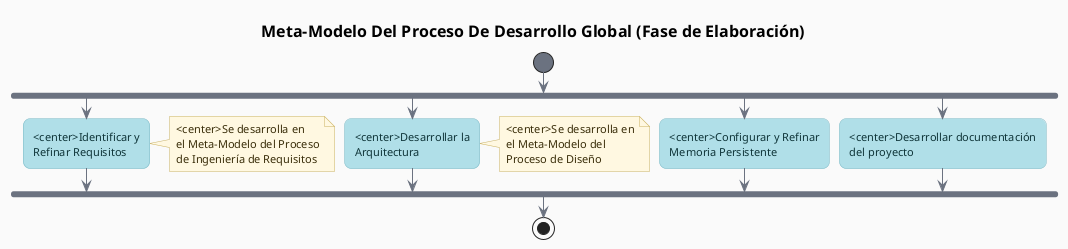
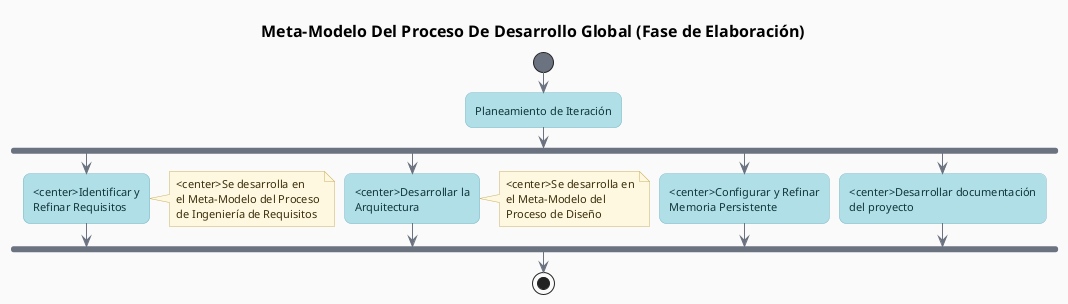
@startuml FaseElaboracion
title  Meta-Modelo Del Proceso De Desarrollo Global (Fase de Elaboración)

' === Modern soft theme ===
skinparam backgroundColor #FAFAFA
skinparam defaultFontName Helvetica
skinparam defaultFontSize 11
skinparam titleFontSize 16
skinparam titleFontStyle bold
skinparam shadowing false
skinparam roundCorner 14
skinparam linetype polyline

skinparam activity {
    BackgroundColor       #B0DFE8
    BorderColor           #7DB9C5
    FontColor             #0F3539
    FontName              Helvetica
    FontSize              11
    DiamondBackgroundColor #F4E2A0
    DiamondBorderColor    #C9B05E
    DiamondFontColor      #3A2E0A
    StartColor            #6B7280
    EndColor              #6B7280
    BarColor              #6B7280
}

skinparam partition {
    BackgroundColor #FFFFFF
    BorderColor     #C9C9BE
    FontColor       #4A4A48
    FontStyle       bold
    FontSize        12
}

skinparam arrow {
    Color     #6B7280
    FontColor #4A4A48
    FontSize  10
    Thickness 1
}

skinparam note {
    BackgroundColor #FFF8E1
    BorderColor     #C9B05E
    FontColor       #3A2E0A
}

' FASE ELABORATION

start
+ :Planeamiento de Iteración;
fork
    :<center>Identificar y\nRefinar Requisitos;
    note right:<center>Se desarrolla en\nel Meta-Modelo del Proceso\nde Ingeniería de Requisitos
fork again
    :<center>Desarrollar la\nArquitectura;
    note right:<center>Se desarrolla en\nel Meta-Modelo del\nProceso de Diseño
fork again
    :<center>Configurar y Refinar\nMemoria Persistente;
fork again
    :<center>Desarrollar documentación\ndel proyecto;
endfork
stop

@enduml
